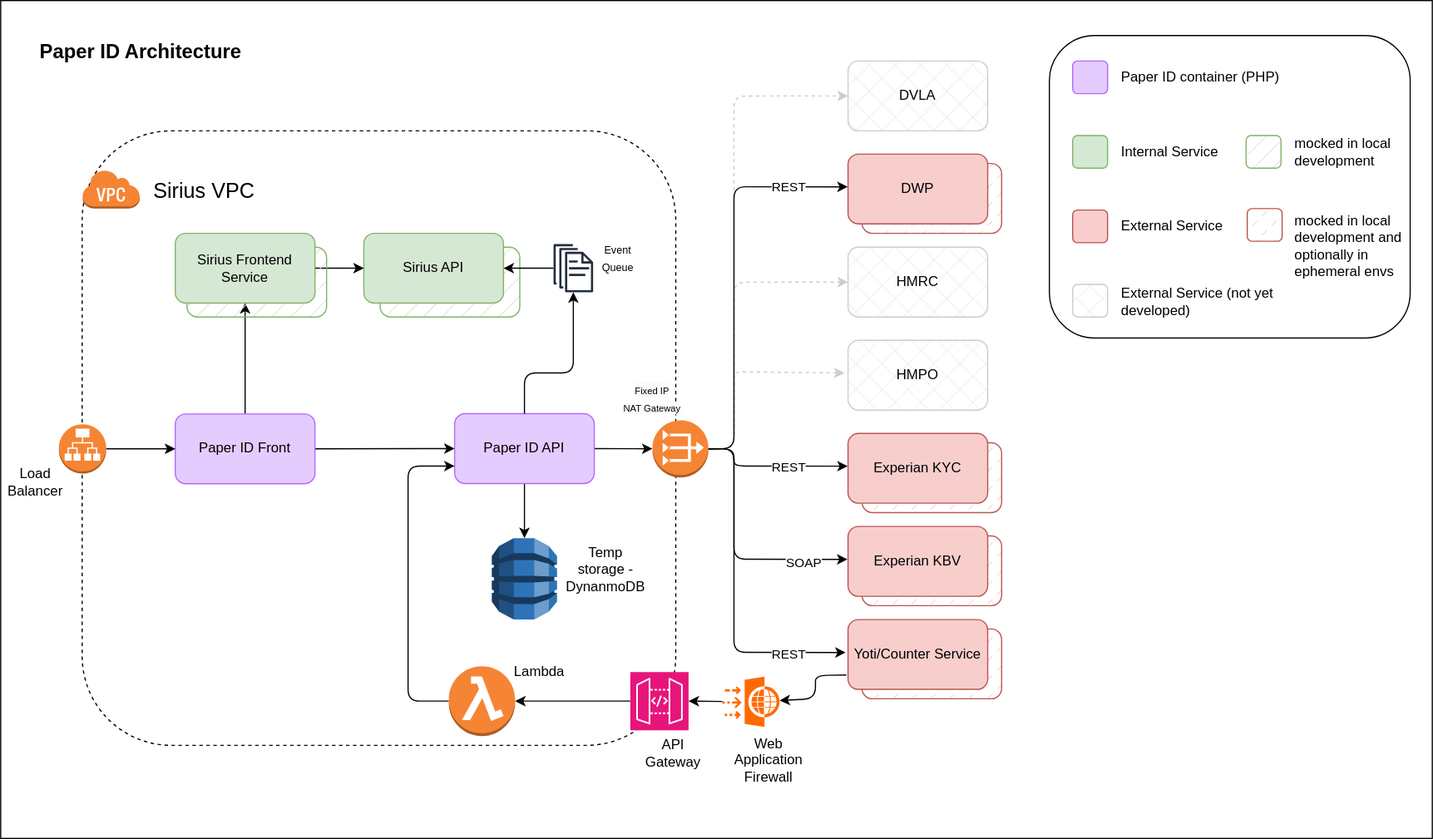
Earlier version of the draw.io export docs/architecture/diagrams/architecture.drawio.svg (ministryofjustice/opg-paper-identity). Source tidied: cells renumbered, new cells last; positions are measured from the earlier drawing's top-left corner, leaving out a move shared by most shapes.
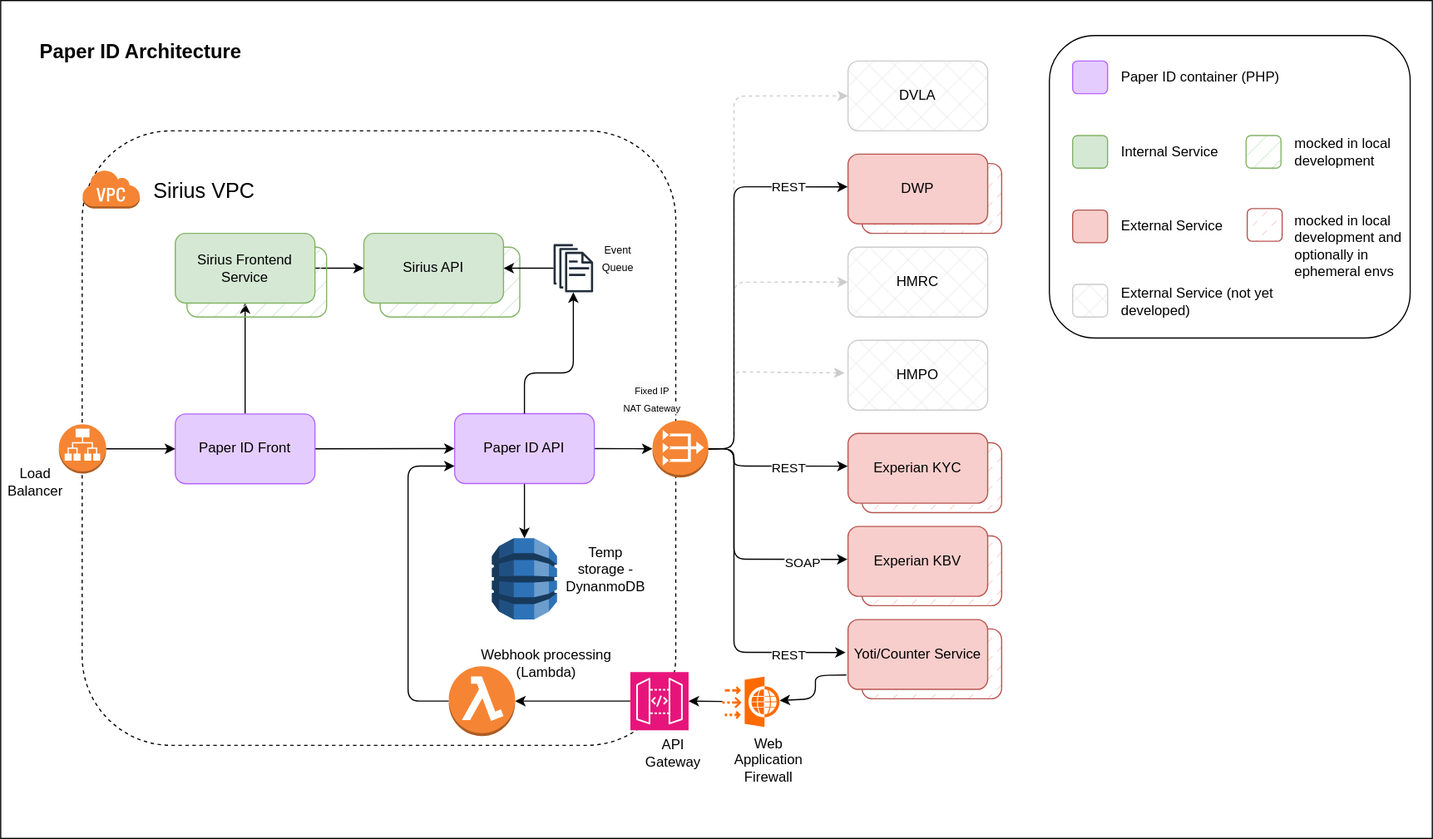
The same file after the commit.

Commit message:
explicit on what lambda does

What changed in the source:
```diff
@@ -204,8 +204,8 @@
     <mxCell id="50" style="edgeStyle=none;html=1;entryX=1;entryY=0.5;entryDx=0;entryDy=0;entryPerimeter=0;" parent="1" edge="1" source="48" target="31">
       <mxGeometry relative="1" as="geometry" />
     </mxCell>
-    <mxCell id="51" value="Lambda" style="text;html=1;align=center;verticalAlign=middle;whiteSpace=wrap;rounded=0;" parent="1" vertex="1">
-      <mxGeometry x="433" y="561.9" width="60" height="30" as="geometry" />
+    <mxCell id="51" value="Webhook processing (Lambda)" style="text;html=1;align=center;verticalAlign=middle;whiteSpace=wrap;rounded=0;" parent="1" vertex="1">
+      <mxGeometry x="410" y="555" width="118" height="30" as="geometry" />
     </mxCell>
     <mxCell id="52" value="API&lt;div&gt;Gateway&lt;/div&gt;" style="text;html=1;align=center;verticalAlign=middle;whiteSpace=wrap;rounded=0;" parent="1" vertex="1">
       <mxGeometry x="548" y="631.9" width="60" height="30" as="geometry" />
```
